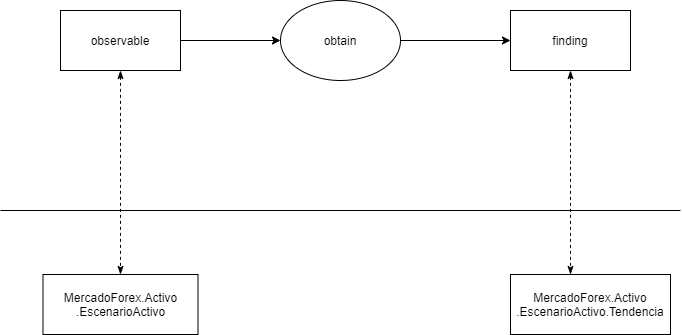
The draw.io diagram practica/imagenes/Obtain.png in weltonvs/DSI, before a commit. Source tidied: cells renumbered, new cells last; positions are measured from the earlier drawing's top-left corner, leaving out a move shared by most shapes.
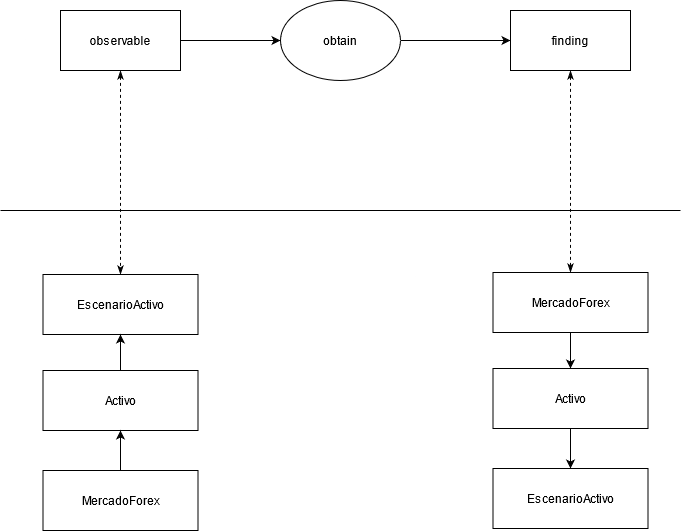
After the change.

What changed in the source:
```diff
@@ -17,21 +17,13 @@
     <mxCell id="6" value="obtain" style="ellipse;whiteSpace=wrap;html=1;" parent="1" vertex="1">
       <mxGeometry x="280" width="120" height="80" as="geometry" />
     </mxCell>
-    <mxCell id="7" style="edgeStyle=orthogonalEdgeStyle;rounded=0;jettySize=auto;html=1;dashed=1;startArrow=classicThin;startFill=1;endArrow=classicThin;endFill=1;" parent="1" edge="1" source="8" target="9">
-      <mxGeometry relative="1" as="geometry">
-        <Array as="points">
-          <mxPoint x="570" y="230" />
-          <mxPoint x="570" y="230" />
-        </Array>
-      </mxGeometry>
+    <mxCell id="7" style="edgeStyle=orthogonalEdgeStyle;rounded=0;jettySize=auto;html=1;dashed=1;startArrow=classicThin;startFill=1;endArrow=classicThin;endFill=1;entryX=0.5;entryY=0;entryDx=0;entryDy=0;" parent="1" edge="1" source="8" target="17">
+      <mxGeometry relative="1" as="geometry" />
     </mxCell>
     <mxCell id="8" value="finding" style="whiteSpace=wrap;html=1;" parent="1" vertex="1">
       <mxGeometry x="510" y="10" width="120" height="60" as="geometry" />
     </mxCell>
-    <mxCell id="9" value="MercadoForex.Activo&lt;br&gt;.EscenarioActivo.Tendencia" style="whiteSpace=wrap;html=1;" parent="1" vertex="1">
-      <mxGeometry x="510" y="274" width="160" height="60" as="geometry" />
-    </mxCell>
-    <mxCell id="10" value="MercadoForex.Activo&lt;br&gt;.EscenarioActivo" style="rounded=0;whiteSpace=wrap;html=1;" parent="1" vertex="1">
+    <mxCell id="10" value="EscenarioActivo" style="rounded=0;whiteSpace=wrap;html=1;" parent="1" vertex="1">
       <mxGeometry x="42.5" y="274" width="155" height="60" as="geometry" />
     </mxCell>
     <mxCell id="11" style="endArrow=none;html=1;strokeWidth=1;jumpSize=6;" parent="1" edge="1">
@@ -40,5 +32,32 @@
         <mxPoint x="680" y="210" as="targetPoint" />
       </mxGeometry>
     </mxCell>
+    <mxCell id="12" style="edgeStyle=orthogonalEdgeStyle;rounded=0;jettySize=auto;html=1;exitX=0.5;exitY=0;exitDx=0;exitDy=0;entryX=0.5;entryY=1;entryDx=0;entryDy=0;" parent="1" edge="1" source="13" target="10">
+      <mxGeometry relative="1" as="geometry" />
+    </mxCell>
+    <mxCell id="13" value="Activo" style="rounded=0;whiteSpace=wrap;html=1;" parent="1" vertex="1">
+      <mxGeometry x="42.5" y="370" width="155" height="60" as="geometry" />
+    </mxCell>
+    <mxCell id="14" style="edgeStyle=orthogonalEdgeStyle;rounded=0;jettySize=auto;html=1;exitX=0.5;exitY=0;exitDx=0;exitDy=0;entryX=0.5;entryY=1;entryDx=0;entryDy=0;" parent="1" edge="1" source="15" target="13">
+      <mxGeometry relative="1" as="geometry" />
+    </mxCell>
+    <mxCell id="15" value="MercadoForex" style="rounded=0;whiteSpace=wrap;html=1;" parent="1" vertex="1">
+      <mxGeometry x="42.5" y="470" width="155" height="60" as="geometry" />
+    </mxCell>
+    <mxCell id="16" style="edgeStyle=orthogonalEdgeStyle;rounded=0;jettySize=auto;html=1;exitX=0.5;exitY=1;exitDx=0;exitDy=0;entryX=0.5;entryY=0;entryDx=0;entryDy=0;" parent="1" edge="1" source="17" target="19">
+      <mxGeometry relative="1" as="geometry" />
+    </mxCell>
+    <mxCell id="17" value="MercadoForex" style="rounded=0;whiteSpace=wrap;html=1;" parent="1" vertex="1">
+      <mxGeometry x="492.5" y="272" width="155" height="60" as="geometry" />
+    </mxCell>
+    <mxCell id="18" style="edgeStyle=orthogonalEdgeStyle;rounded=0;jettySize=auto;html=1;exitX=0.5;exitY=1;exitDx=0;exitDy=0;entryX=0.5;entryY=0;entryDx=0;entryDy=0;" parent="1" edge="1" source="19" target="20">
+      <mxGeometry relative="1" as="geometry" />
+    </mxCell>
+    <mxCell id="19" value="Activo" style="rounded=0;whiteSpace=wrap;html=1;" parent="1" vertex="1">
+      <mxGeometry x="492.5" y="368" width="155" height="60" as="geometry" />
+    </mxCell>
+    <mxCell id="20" value="EscenarioActivo" style="rounded=0;whiteSpace=wrap;html=1;" parent="1" vertex="1">
+      <mxGeometry x="492.5" y="468" width="155" height="60" as="geometry" />
+    </mxCell>
   </root>
 </mxGraphModel>
```
